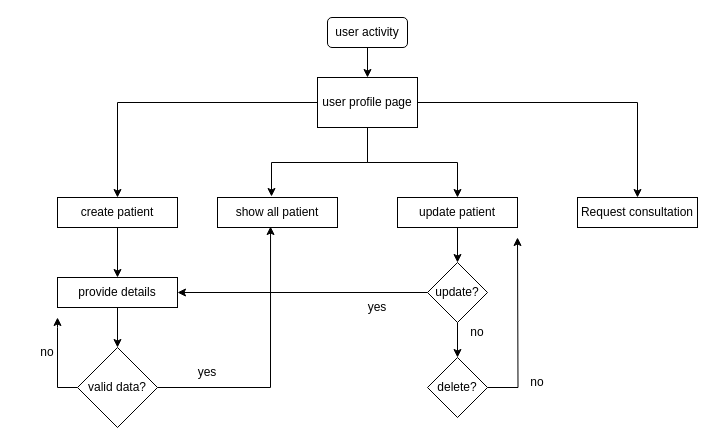
Above: Untitled Diagram.drawio in souravbiswassanto/Projects (draw.io), before the change. Source tidied: cells renumbered, new cells numbered last; positions are measured from the earlier drawing's top-left corner, leaving out a move shared by most shapes. Both pictures are drawn from the tidied source at 100%, with x=0, y=0 at pixel (17, 17).
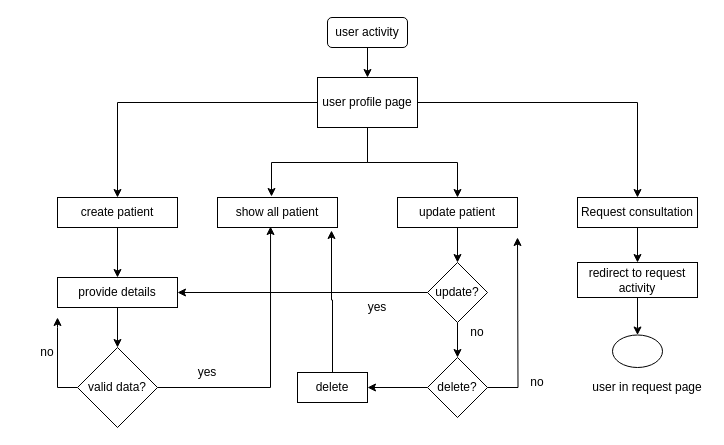
The same page after the edit.

The change refers to these unchanged cells:
```xml
<mxCell id="11" value="show all patient" style="rounded=0;whiteSpace=wrap;html=1;" parent="1" vertex="1">
  <mxGeometry x="200" y="180" width="120" height="30" as="geometry" />
</mxCell>
<mxCell id="14" value="Request consultation" style="rounded=0;whiteSpace=wrap;html=1;" parent="1" vertex="1">
  <mxGeometry x="560" y="180" width="120" height="30" as="geometry" />
</mxCell>
<mxCell id="27" value="delete?" style="rhombus;whiteSpace=wrap;html=1;" parent="1" vertex="1">
  <mxGeometry x="410" y="340" width="60" height="60" as="geometry" />
</mxCell>
```

The edit, as a diff of the source:
```diff
@@
+    <mxCell id="30" style="edgeStyle=orthogonalEdgeStyle;rounded=0;jettySize=auto;html=1;" parent="1" edge="1" source="14" target="35">
+      <mxGeometry relative="1" as="geometry" />
+    </mxCell>
@@
+    <mxCell id="31" style="edgeStyle=orthogonalEdgeStyle;rounded=0;jettySize=auto;html=1;" parent="1" edge="1" source="27" target="33">
+      <mxGeometry relative="1" as="geometry" />
+    </mxCell>
@@
+    <mxCell id="32" style="edgeStyle=orthogonalEdgeStyle;rounded=0;jettySize=auto;html=1;entryX=0.95;entryY=1.1;entryDx=0;entryDy=0;entryPerimeter=0;" parent="1" edge="1" source="33" target="11">
+      <mxGeometry relative="1" as="geometry" />
+    </mxCell>
+    <mxCell id="33" value="delete" style="rounded=0;whiteSpace=wrap;html=1;" parent="1" vertex="1">
+      <mxGeometry x="280" y="355" width="70" height="30" as="geometry" />
+    </mxCell>
+    <mxCell id="34" style="edgeStyle=orthogonalEdgeStyle;rounded=0;jettySize=auto;html=1;" parent="1" edge="1" source="35" target="36">
+      <mxGeometry relative="1" as="geometry" />
+    </mxCell>
+    <mxCell id="35" value="redirect to request activity" style="rounded=0;whiteSpace=wrap;html=1;" parent="1" vertex="1">
+      <mxGeometry x="560" y="245" width="120" height="35" as="geometry" />
+    </mxCell>
+    <mxCell id="36" style="ellipse;whiteSpace=wrap;html=1;rounded=0;" parent="1" vertex="1">
+      <mxGeometry x="595" y="317.5" width="50" height="32.5" as="geometry" />
+    </mxCell>
+    <mxCell id="37" value="user in request page" style="text;html=1;strokeColor=none;fillColor=none;align=center;verticalAlign=middle;whiteSpace=wrap;rounded=0;" parent="1" vertex="1">
+      <mxGeometry x="570" y="355" width="120" height="30" as="geometry" />
+    </mxCell>
```
